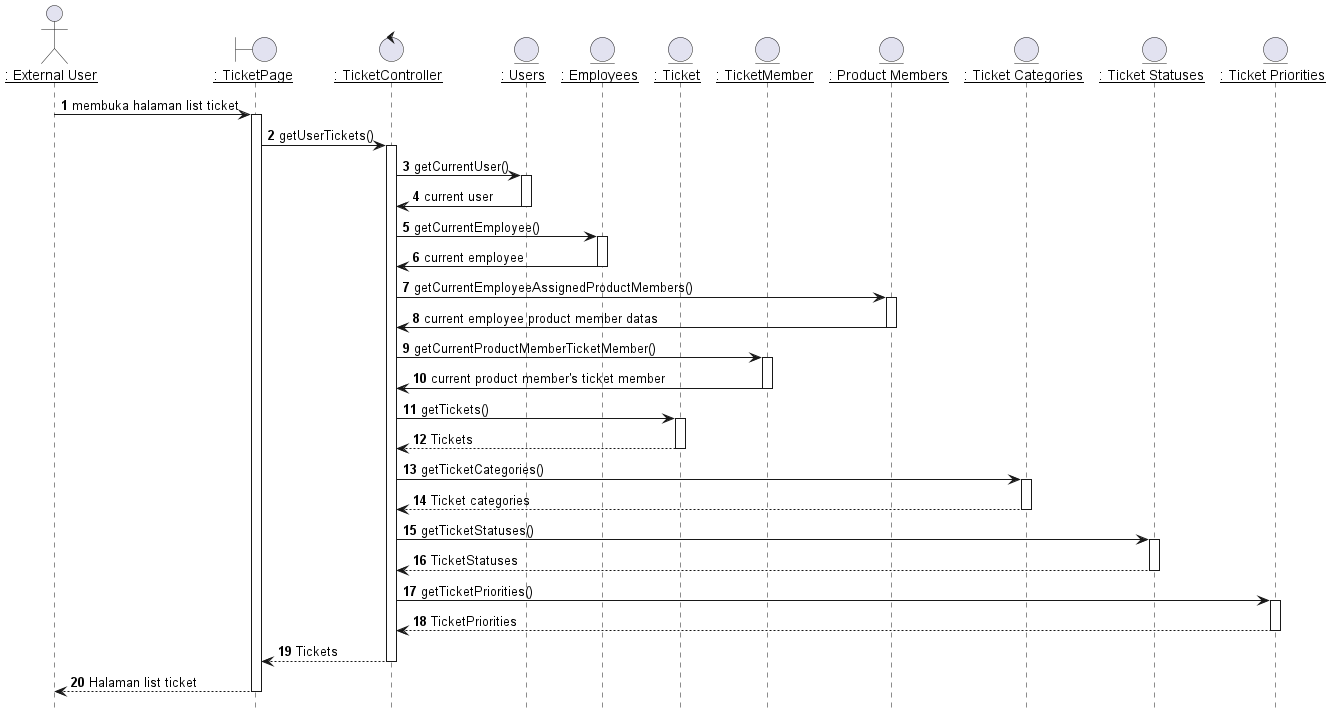
Above: out/plantuml/sequence/ex/ex1/Melihat List Ticket.png in TAS-PKL/Laporan-PKL-Ticketing (PlantUML), before the change. Its diagram source:
```plantuml
@startuml Melihat List Ticket

hide footbox


actor EU as "__: External User__"
boundary TicketPage as "__: TicketPage__"
control TicketController as "__: TicketController__"
entity Users as "__: Users__"
entity Employees as "__: Employees__"
entity Ticket as "__: Ticket__"
entity TicketMember as "__: TicketMember__"
entity ProductMembers as "__: Product Members__"
entity TicketCategories as "__: Ticket Categories__"
entity TicketStatuses as "__: Ticket Statuses__"
entity TicketPriorities as "__: Ticket Priorities__"

autonumber 1
EU -> TicketPage: membuka halaman list ticket
activate TicketPage

TicketPage -> TicketController: getUserTickets()
activate TicketController

TicketController -> Users: getCurrentUser()
activate Users

Users -> TicketController: current user
deactivate Users

TicketController -> Employees: getCurrentEmployee()
activate Employees

Employees -> TicketController: current employee
deactivate Employees

TicketController -> ProductMembers: getCurrentEmployeeAssignedProductMembers()
activate ProductMembers

ProductMembers -> TicketController: current employee product member datas
deactivate ProductMembers

TicketController -> TicketMember: getCurrentProductMemberTicketMember()
activate TicketMember

TicketMember -> TicketController: current product member's ticket member
deactivate TicketMember

TicketController -> Ticket: getTickets()
activate Ticket

Ticket --> TicketController : Tickets
deactivate Ticket

TicketController -> TicketCategories: getTicketCategories()
activate TicketCategories

TicketCategories --> TicketController : Ticket categories
deactivate TicketCategories

TicketController -> TicketStatuses: getTicketStatuses()
activate TicketStatuses

TicketStatuses --> TicketController : TicketStatuses
deactivate TicketStatuses

TicketController -> TicketPriorities: getTicketPriorities()
activate TicketPriorities

TicketPriorities --> TicketController : TicketPriorities
deactivate TicketPriorities

TicketController --> TicketPage : Tickets
deactivate TicketController

TicketPage --> EU : Halaman list ticket
deactivate TicketPage


@enduml
```
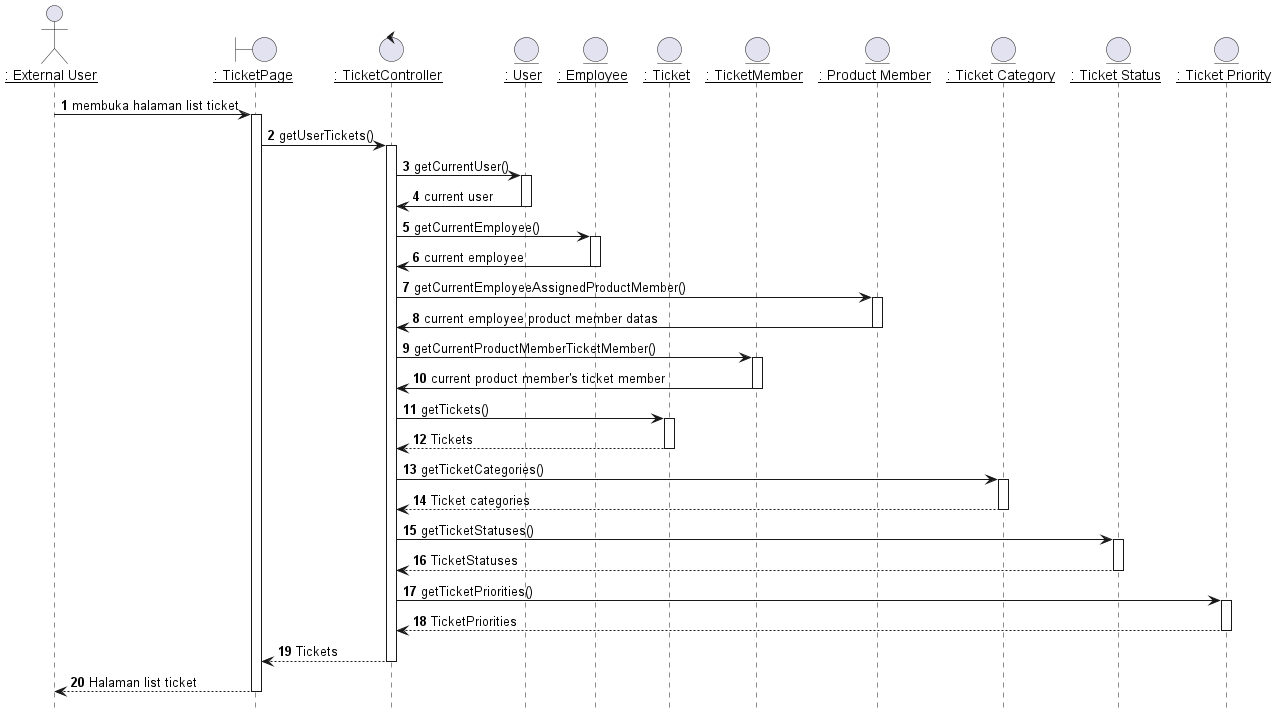
The same diagram one commit later.

Change to the diagram source:
```diff
@@ -6,14 +6,14 @@
 actor EU as "__: External User__"
 boundary TicketPage as "__: TicketPage__"
 control TicketController as "__: TicketController__"
-entity Users as "__: Users__"
-entity Employees as "__: Employees__"
+entity User as "__: User__"
+entity Employee as "__: Employee__"
 entity Ticket as "__: Ticket__"
 entity TicketMember as "__: TicketMember__"
-entity ProductMembers as "__: Product Members__"
-entity TicketCategories as "__: Ticket Categories__"
-entity TicketStatuses as "__: Ticket Statuses__"
-entity TicketPriorities as "__: Ticket Priorities__"
+entity ProductMember as "__: Product Member__"
+entity TicketCategories as "__: Ticket Category__"
+entity TicketStatuses as "__: Ticket Status__"
+entity TicketPriorities as "__: Ticket Priority__"
 
 autonumber 1
 EU -> TicketPage: membuka halaman list ticket
@@ -22,23 +22,23 @@
 TicketPage -> TicketController: getUserTickets()
 activate TicketController
 
-TicketController -> Users: getCurrentUser()
-activate Users
+TicketController -> User: getCurrentUser()
+activate User
 
-Users -> TicketController: current user
-deactivate Users
+User -> TicketController: current user
+deactivate User
 
-TicketController -> Employees: getCurrentEmployee()
-activate Employees
+TicketController -> Employee: getCurrentEmployee()
+activate Employee
 
-Employees -> TicketController: current employee
-deactivate Employees
+Employee -> TicketController: current employee
+deactivate Employee
 
-TicketController -> ProductMembers: getCurrentEmployeeAssignedProductMembers()
-activate ProductMembers
+TicketController -> ProductMember: getCurrentEmployeeAssignedProductMember()
+activate ProductMember
 
-ProductMembers -> TicketController: current employee product member datas
-deactivate ProductMembers
+ProductMember -> TicketController: current employee product member datas
+deactivate ProductMember
 
 TicketController -> TicketMember: getCurrentProductMemberTicketMember()
 activate TicketMember
@@ -70,6 +70,7 @@
 TicketPriorities --> TicketController : TicketPriorities
 deactivate TicketPriorities
 
+
 TicketController --> TicketPage : Tickets
 deactivate TicketController
 
```
